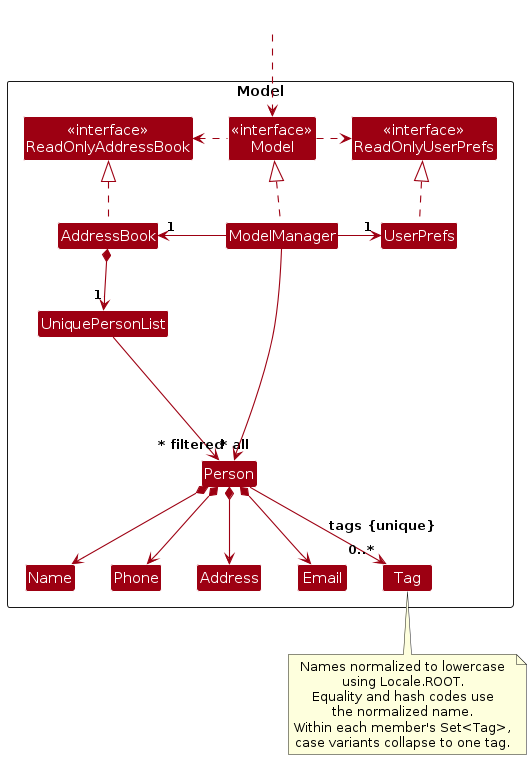
Above: diagrams/ModelClassDiagram.png in AY2627S1-CS2103T-T17-3/tp (PlantUML), before the change. Its source is kept beside it as diagrams/ModelClassDiagram.puml.
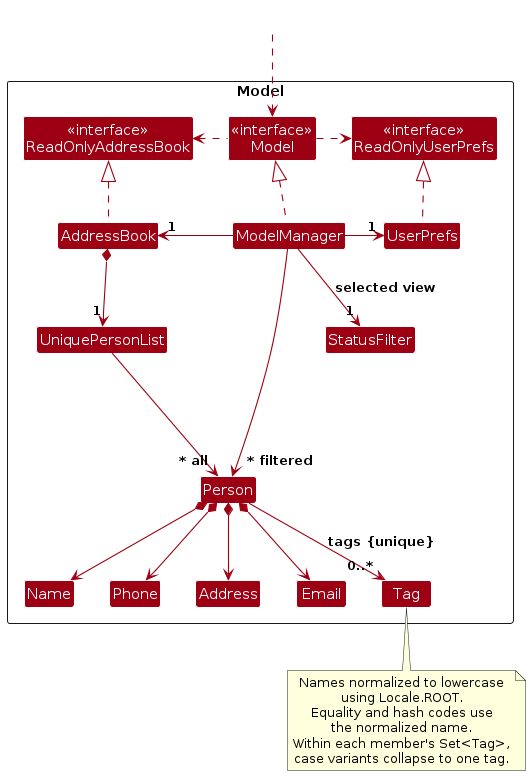
The same file after the commit.

Diff of the diagram source:
```diff
@@ -10,6 +10,7 @@
 Class "<<interface>>\nModel" as Model
 Class AddressBook
 Class ModelManager
+enum StatusFilter
 Class UserPrefs
 
 Class UniquePersonList
@@ -33,6 +34,7 @@
 Model .left.> ReadOnlyAddressBook
 ModelManager -left-> "1" AddressBook
 ModelManager -right-> "1" UserPrefs
+ModelManager --> "1" StatusFilter : selected view
 UserPrefs .up.|> ReadOnlyUserPrefs
 
 AddressBook *--> "1" UniquePersonList
```
